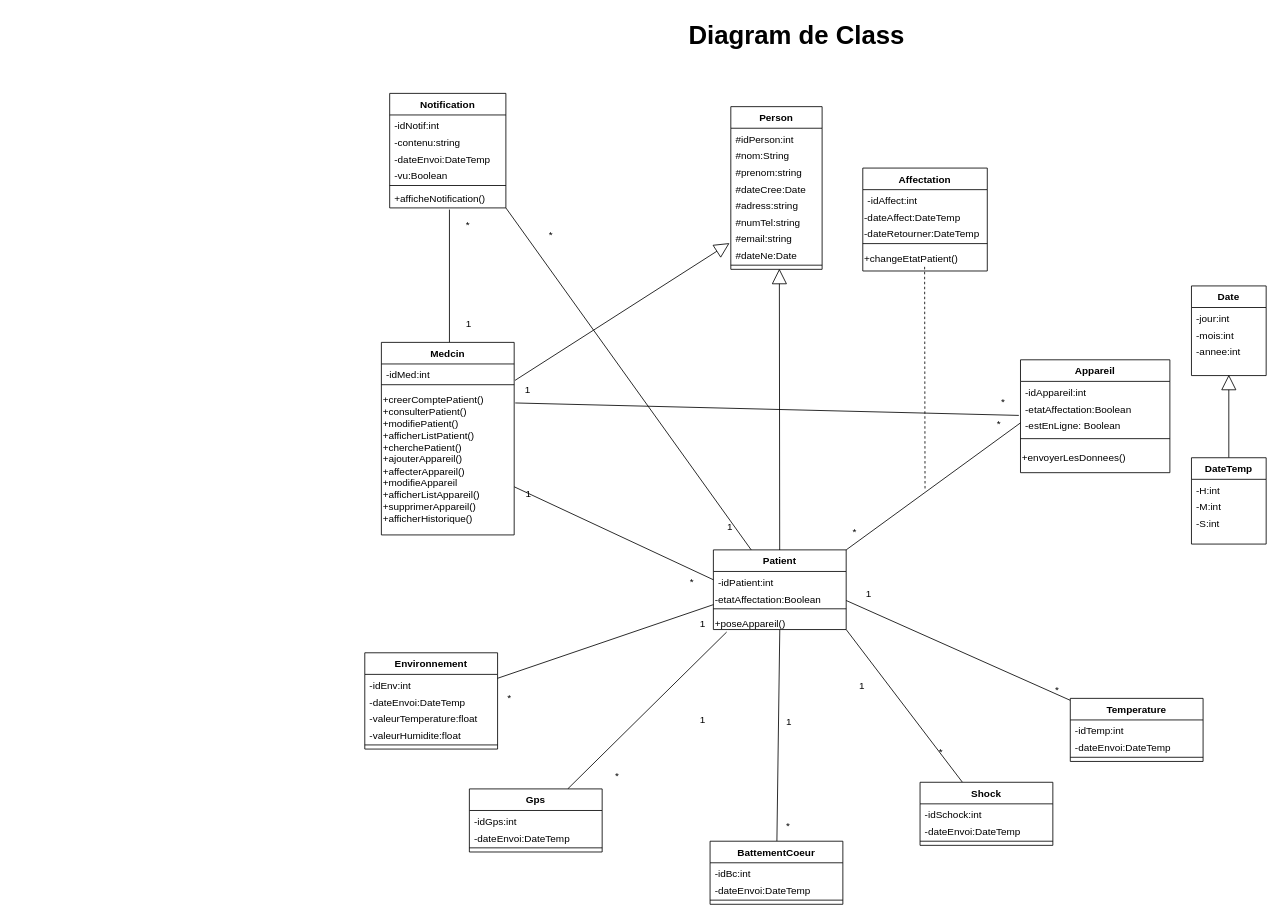
The draw.io diagram Untitled Diagram.drawio in AliAkram7/Univ-MLT-v01, before the edit. Source tidied: cells renumbered, new cells numbered last; positions are measured from the earlier drawing's top-left corner, leaving out a move shared by most shapes. Both pictures are drawn from the tidied source at 83%, with x=0, y=0 at pixel (215, 14).
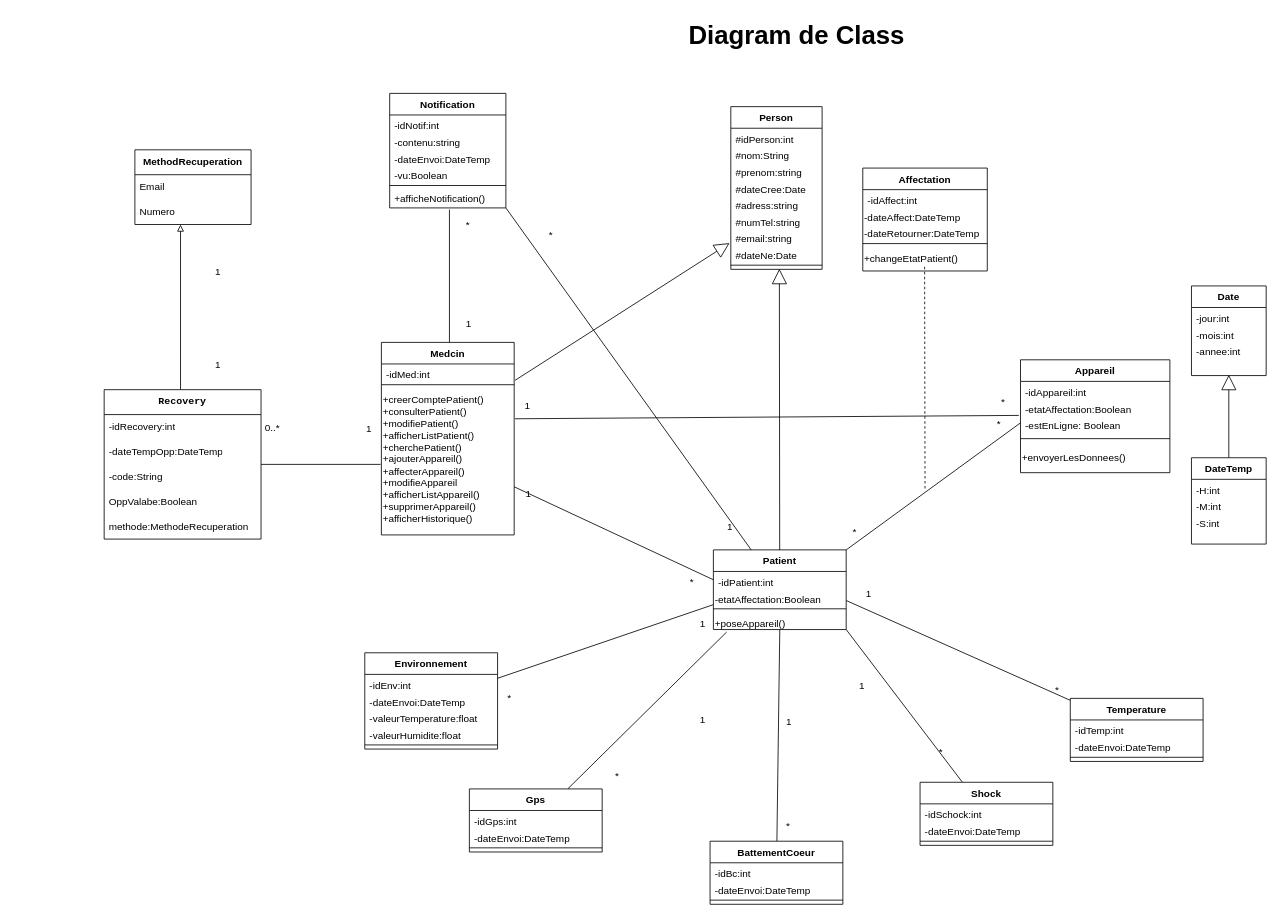
The same page after the edit.

The change refers to these unchanged cells:
```xml
<mxCell id="7" value="&lt;font style=&quot;font-size: 12px;&quot;&gt;&lt;span data-lucid-content=&quot;{&amp;quot;t&amp;quot;:&amp;quot;+creerComptePatient()\n+consulterPatient()\n+signalerPatient()\n+afficherListPatient()\n+cherchePatient()\n+ajouterAppareil()\n+affecterAppareil()\n+afficherListAppareil()\n+supprimerAppareil()\n&amp;quot;,&amp;quot;m&amp;quot;:[{&amp;quot;s&amp;quot;:0,&amp;quot;n&amp;quot;:&amp;quot;c&amp;quot;,&amp;quot;v&amp;quot;:&amp;quot;#333333ff&amp;quot;,&amp;quot;e&amp;quot;:186}]}&quot; style=&quot;font-size: 12px;&quot;&gt;&lt;span style=&quot;font-size: 12px;&quot;&gt;+creerComptePatient()&lt;br style=&quot;font-size: 12px;&quot;&gt;&lt;/span&gt;&lt;/span&gt;&lt;/font&gt;&lt;div&gt;&lt;font style=&quot;font-size: 12px;&quot;&gt;&lt;span data-lucid-content=&quot;{&amp;quot;t&amp;quot;:&amp;quot;+creerComptePatient()\n+consulterPatient()\n+signalerPatient()\n+afficherListPatient()\n+cherchePatient()\n+ajouterAppareil()\n+affecterAppareil()\n+afficherListAppareil()\n+supprimerAppareil()\n&amp;quot;,&amp;quot;m&amp;quot;:[{&amp;quot;s&amp;quot;:0,&amp;quot;n&amp;quot;:&amp;quot;c&amp;quot;,&amp;quot;v&amp;quot;:&amp;quot;#333333ff&amp;quot;,&amp;quot;e&amp;quot;:186}]}&quot; style=&quot;font-size: 12px;&quot;&gt;&lt;span style=&quot;font-size: 12px;&quot;&gt;+consulterPatient()&lt;/span&gt;&lt;span style=&quot;font-size: 12px;&quot;&gt;&lt;br&gt;&lt;/span&gt;&lt;/span&gt;&lt;/font&gt;&lt;/div&gt;&lt;div&gt;&lt;font style=&quot;font-size: 12px;&quot;&gt;&lt;span data-lucid-content=&quot;{&amp;quot;t&amp;quot;:&amp;quot;+creerComptePatient()\n+consulterPatient()\n+signalerPatient()\n+afficherListPatient()\n+cherchePatient()\n+ajouterAppareil()\n+affecterAppareil()\n+afficherListAppareil()\n+supprimerAppareil()\n&amp;quot;,&amp;quot;m&amp;quot;:[{&amp;quot;s&amp;quot;:0,&amp;quot;n&amp;quot;:&amp;quot;c&amp;quot;,&amp;quot;v&amp;quot;:&amp;quot;#333333ff&amp;quot;,&amp;quot;e&amp;quot;:186}]}&quot; style=&quot;font-size: 12px;&quot;&gt;&lt;span style=&quot;font-size: 12px;&quot;&gt;+modifiePatient()&lt;br&gt;&lt;/span&gt;&lt;/span&gt;&lt;/font&gt;&lt;/div&gt;&lt;div&gt;&lt;font style=&quot;font-size: 12px;&quot;&gt;&lt;span data-lucid-content=&quot;{&amp;quot;t&amp;quot;:&amp;quot;+creerComptePatient()\n+consulterPatient()\n+signalerPatient()\n+afficherListPatient()\n+cherchePatient()\n+ajouterAppareil()\n+affecterAppareil()\n+afficherListAppareil()\n+supprimerAppareil()\n&amp;quot;,&amp;quot;m&amp;quot;:[{&amp;quot;s&amp;quot;:0,&amp;quot;n&amp;quot;:&amp;quot;c&amp;quot;,&amp;quot;v&amp;quot;:&amp;quot;#333333ff&amp;quot;,&amp;quot;e&amp;quot;:186}]}&quot; style=&quot;font-size: 12px;&quot;&gt;&lt;span style=&quot;font-size: 12px;&quot;&gt;&lt;/span&gt;&lt;/span&gt;&lt;/font&gt;&lt;/div&gt;&lt;font style=&quot;font-size: 12px;&quot;&gt;&lt;span data-lucid-content=&quot;{&amp;quot;t&amp;quot;:&amp;quot;+creerComptePatient()\n+consulterPatient()\n+signalerPatient()\n+afficherListPatient()\n+cherchePatient()\n+ajouterAppareil()\n+affecterAppareil()\n+afficherListAppareil()\n+supprimerAppareil()\n&amp;quot;,&amp;quot;m&amp;quot;:[{&amp;quot;s&amp;quot;:0,&amp;quot;n&amp;quot;:&amp;quot;c&amp;quot;,&amp;quot;v&amp;quot;:&amp;quot;#333333ff&amp;quot;,&amp;quot;e&amp;quot;:186}]}&quot; style=&quot;font-size: 12px;&quot;&gt;&lt;span style=&quot;font-size: 12px;&quot;&gt;+afficherListPatient()&lt;br style=&quot;font-size: 12px;&quot;&gt;&lt;/span&gt;&lt;span style=&quot;font-size: 12px;&quot;&gt;+cherchePatient()&lt;br style=&quot;font-size: 12px;&quot;&gt;&lt;/span&gt;&lt;span style=&quot;font-size: 12px;&quot;&gt;+ajouterAppareil()&lt;br style=&quot;font-size: 12px;&quot;&gt;&lt;/span&gt;&lt;/span&gt;&lt;/font&gt;&lt;div&gt;&lt;font style=&quot;font-size: 12px;&quot;&gt;&lt;span data-lucid-content=&quot;{&amp;quot;t&amp;quot;:&amp;quot;+creerComptePatient()\n+consulterPatient()\n+signalerPatient()\n+afficherListPatient()\n+cherchePatient()\n+ajouterAppareil()\n+affecterAppareil()\n+afficherListAppareil()\n+supprimerAppareil()\n&amp;quot;,&amp;quot;m&amp;quot;:[{&amp;quot;s&amp;quot;:0,&amp;quot;n&amp;quot;:&amp;quot;c&amp;quot;,&amp;quot;v&amp;quot;:&amp;quot;#333333ff&amp;quot;,&amp;quot;e&amp;quot;:186}]}&quot; style=&quot;font-size: 12px;&quot;&gt;&lt;span style=&quot;font-size: 12px;&quot;&gt;+affecterAppareil()&lt;/span&gt;&lt;/span&gt;&lt;/font&gt;&lt;/div&gt;&lt;div&gt;&lt;font style=&quot;font-size: 12px;&quot;&gt;&lt;span data-lucid-content=&quot;{&amp;quot;t&amp;quot;:&amp;quot;+creerComptePatient()\n+consulterPatient()\n+signalerPatient()\n+afficherListPatient()\n+cherchePatient()\n+ajouterAppareil()\n+affecterAppareil()\n+afficherListAppareil()\n+supprimerAppareil()\n&amp;quot;,&amp;quot;m&amp;quot;:[{&amp;quot;s&amp;quot;:0,&amp;quot;n&amp;quot;:&amp;quot;c&amp;quot;,&amp;quot;v&amp;quot;:&amp;quot;#333333ff&amp;quot;,&amp;quot;e&amp;quot;:186}]}&quot; style=&quot;font-size: 12px;&quot;&gt;&lt;span style=&quot;font-size: 12px;&quot;&gt;+modifieAppareil&lt;br&gt;&lt;/span&gt;&lt;/span&gt;&lt;/font&gt;&lt;/div&gt;&lt;div&gt;&lt;font style=&quot;font-size: 12px;&quot;&gt;&lt;span data-lucid-content=&quot;{&amp;quot;t&amp;quot;:&amp;quot;+creerComptePatient()\n+consulterPatient()\n+signalerPatient()\n+afficherListPatient()\n+cherchePatient()\n+ajouterAppareil()\n+affecterAppareil()\n+afficherListAppareil()\n+supprimerAppareil()\n&amp;quot;,&amp;quot;m&amp;quot;:[{&amp;quot;s&amp;quot;:0,&amp;quot;n&amp;quot;:&amp;quot;c&amp;quot;,&amp;quot;v&amp;quot;:&amp;quot;#333333ff&amp;quot;,&amp;quot;e&amp;quot;:186}]}&quot; style=&quot;font-size: 12px;&quot;&gt;&lt;span style=&quot;font-size: 12px;&quot;&gt;&lt;/span&gt;&lt;/span&gt;&lt;/font&gt;&lt;/div&gt;&lt;font style=&quot;font-size: 12px;&quot;&gt;&lt;span data-lucid-content=&quot;{&amp;quot;t&amp;quot;:&amp;quot;+creerComptePatient()\n+consulterPatient()\n+signalerPatient()\n+afficherListPatient()\n+cherchePatient()\n+ajouterAppareil()\n+affecterAppareil()\n+afficherListAppareil()\n+supprimerAppareil()\n&amp;quot;,&amp;quot;m&amp;quot;:[{&amp;quot;s&amp;quot;:0,&amp;quot;n&amp;quot;:&amp;quot;c&amp;quot;,&amp;quot;v&amp;quot;:&amp;quot;#333333ff&amp;quot;,&amp;quot;e&amp;quot;:186}]}&quot; style=&quot;font-size: 12px;&quot;&gt;&lt;span style=&quot;font-size: 12px;&quot;&gt;+afficherListAppareil()&lt;br style=&quot;font-size: 12px;&quot;&gt;&lt;/span&gt;&lt;/span&gt;&lt;/font&gt;&lt;div&gt;&lt;font style=&quot;font-size: 12px;&quot;&gt;&lt;span data-lucid-content=&quot;{&amp;quot;t&amp;quot;:&amp;quot;+creerComptePatient()\n+consulterPatient()\n+signalerPatient()\n+afficherListPatient()\n+cherchePatient()\n+ajouterAppareil()\n+affecterAppareil()\n+afficherListAppareil()\n+supprimerAppareil()\n&amp;quot;,&amp;quot;m&amp;quot;:[{&amp;quot;s&amp;quot;:0,&amp;quot;n&amp;quot;:&amp;quot;c&amp;quot;,&amp;quot;v&amp;quot;:&amp;quot;#333333ff&amp;quot;,&amp;quot;e&amp;quot;:186}]}&quot; style=&quot;font-size: 12px;&quot;&gt;&lt;span style=&quot;font-size: 12px;&quot;&gt;+supprimerAppareil()&lt;br&gt;&lt;/span&gt;&lt;/span&gt;&lt;/font&gt;&lt;/div&gt;&lt;div&gt;+afficherHistorique()&lt;/div&gt;&lt;div&gt;&lt;font style=&quot;font-size: 12px;&quot;&gt;&lt;span data-lucid-content=&quot;{&amp;quot;t&amp;quot;:&amp;quot;+creerComptePatient()\n+consulterPatient()\n+signalerPatient()\n+afficherListPatient()\n+cherchePatient()\n+ajouterAppareil()\n+affecterAppareil()\n+afficherListAppareil()\n+supprimerAppareil()\n&amp;quot;,&amp;quot;m&amp;quot;:[{&amp;quot;s&amp;quot;:0,&amp;quot;n&amp;quot;:&amp;quot;c&amp;quot;,&amp;quot;v&amp;quot;:&amp;quot;#333333ff&amp;quot;,&amp;quot;e&amp;quot;:186}]}&quot; style=&quot;font-size: 12px;&quot;&gt;&lt;/span&gt;&lt;/font&gt;&lt;/div&gt;" style="text;html=1;align=left;verticalAlign=middle;points=[];strokeColor=none;fillColor=none;fontSize=12;fontColor=default;horizontal=1;labelBackgroundColor=none;" parent="4" vertex="1">
  <mxGeometry y="56" width="160" height="170" as="geometry" />
</mxCell>
<mxCell id="10" value="-etatAffectation:Boolean" style="text;align=left;verticalAlign=top;spacingLeft=4;spacingRight=4;overflow=hidden;points=[[0,0.5],[1,0.5]];portConstraint=eastwest;rounded=0;shadow=0;html=0;" parent="8" vertex="1">
  <mxGeometry y="46" width="180" height="20" as="geometry" />
</mxCell>
```

Change to the diagram source:
```diff
@@
-    <mxCell id="14" style="endArrow=none;shadow=0;strokeWidth=1;rounded=0;endFill=0;elbow=vertical;startArrow=none;startFill=0;exitX=1.008;exitY=0.1;exitDx=0;exitDy=0;exitPerimeter=0;entryX=-0.011;entryY=1.05;entryDx=0;entryDy=0;entryPerimeter=0;" parent="1" edge="1" source="7" target="10">
+    <mxCell id="14" style="endArrow=none;shadow=0;strokeWidth=1;rounded=0;endFill=0;elbow=vertical;startArrow=none;startFill=0;exitX=1.006;exitY=0.212;exitDx=0;exitDy=0;exitPerimeter=0;entryX=-0.011;entryY=1.05;entryDx=0;entryDy=0;entryPerimeter=0;" parent="1" edge="1" source="7" target="10">
       <mxGeometry x="0.5" y="41" relative="1" as="geometry">
         <mxPoint x="-40" y="32" as="offset" />
       </mxGeometry>
     </mxCell>
@@
+    <mxCell id="105" style="edgeStyle=elbowEdgeStyle;rounded=0;jettySize=auto;html=1;endArrow=block;endFill=0;" parent="1" edge="1" source="107" target="113">
+      <mxGeometry relative="1" as="geometry">
+        <Array as="points">
+          <mxPoint x="-42" y="409" />
+        </Array>
+      </mxGeometry>
+    </mxCell>
+    <mxCell id="106" style="rounded=0;jettySize=auto;html=1;endArrow=none;endFill=0;elbow=vertical;" parent="1" edge="1" source="107">
+      <mxGeometry relative="1" as="geometry">
+        <mxPoint x="199" y="542" as="targetPoint" />
+      </mxGeometry>
+    </mxCell>
+    <mxCell id="107" value="&lt;pre dir=&quot;ltr&quot; style=&quot;text-align: left;&quot; id=&quot;tw-target-text&quot; class=&quot;tw-data-text tw-text-large tw-ta&quot;&gt;&lt;b&gt;Recovery&lt;/b&gt;&lt;/pre&gt;" style="swimlane;fontStyle=0;horizontal=1;startSize=30;whiteSpace=wrap;html=1;fillColor=default;" parent="1" vertex="1">
+      <mxGeometry x="-134" y="452" width="189" height="180" as="geometry" />
+    </mxCell>
+    <mxCell id="108" value="&lt;div&gt;-idRecovery:int&lt;/div&gt;" style="text;strokeColor=none;fillColor=none;align=left;verticalAlign=middle;spacingLeft=4;spacingRight=4;overflow=hidden;whiteSpace=wrap;html=1;" parent="107" vertex="1">
+      <mxGeometry y="30" width="189" height="30" as="geometry" />
+    </mxCell>
+    <mxCell id="109" value="-dateTempOpp:DateTemp" style="text;strokeColor=none;fillColor=none;align=left;verticalAlign=middle;spacingLeft=4;spacingRight=4;overflow=hidden;whiteSpace=wrap;html=1;" parent="107" vertex="1">
+      <mxGeometry y="60" width="189" height="30" as="geometry" />
+    </mxCell>
+    <mxCell id="110" value="-code:String" style="text;strokeColor=none;fillColor=none;align=left;verticalAlign=middle;spacingLeft=4;spacingRight=4;overflow=hidden;whiteSpace=wrap;html=1;" parent="107" vertex="1">
+      <mxGeometry y="90" width="189" height="30" as="geometry" />
+    </mxCell>
+    <mxCell id="111" value="OppValabe:Boolean" style="text;strokeColor=none;fillColor=none;align=left;verticalAlign=middle;spacingLeft=4;spacingRight=4;overflow=hidden;whiteSpace=wrap;html=1;" parent="107" vertex="1">
+      <mxGeometry y="120" width="189" height="30" as="geometry" />
+    </mxCell>
+    <mxCell id="112" value="methode:MethodeRecuperation" style="text;strokeColor=none;fillColor=none;align=left;verticalAlign=middle;spacingLeft=4;spacingRight=4;overflow=hidden;whiteSpace=wrap;html=1;" parent="107" vertex="1">
+      <mxGeometry y="150" width="189" height="30" as="geometry" />
+    </mxCell>
+    <mxCell id="113" value="&lt;b&gt;MethodRecuperation&lt;/b&gt;" style="swimlane;fontStyle=0;horizontal=1;startSize=30;whiteSpace=wrap;html=1;fillColor=default;" parent="1" vertex="1">
+      <mxGeometry x="-97" y="163" width="140" height="90" as="geometry" />
+    </mxCell>
+    <mxCell id="114" value="Email" style="text;strokeColor=none;fillColor=none;align=left;verticalAlign=middle;spacingLeft=4;spacingRight=4;overflow=hidden;whiteSpace=wrap;html=1;" parent="113" vertex="1">
+      <mxGeometry y="30" width="140" height="30" as="geometry" />
+    </mxCell>
+    <mxCell id="115" value="Numero" style="text;strokeColor=none;fillColor=none;align=left;verticalAlign=middle;spacingLeft=4;spacingRight=4;overflow=hidden;whiteSpace=wrap;html=1;" parent="113" vertex="1">
+      <mxGeometry y="60" width="140" height="30" as="geometry" />
+    </mxCell>
+    <mxCell id="116" value="1" style="align=left;verticalAlign=bottom;labelBackgroundColor=none;fontSize=12;" parent="1" vertex="1">
+      <mxGeometry x="180" y="508" as="geometry" />
+    </mxCell>
+    <mxCell id="117" value="0..*" style="align=left;verticalAlign=bottom;labelBackgroundColor=none;fontSize=12;" parent="1" vertex="1">
+      <mxGeometry x="-242" y="559" as="geometry">
+        <mxPoint x="300" y="-53" as="offset" />
+      </mxGeometry>
+    </mxCell>
+    <mxCell id="118" value="1" style="align=left;verticalAlign=bottom;labelBackgroundColor=none;fontSize=12;" parent="1" vertex="1">
+      <mxGeometry x="-2" y="430" as="geometry" />
+    </mxCell>
+    <mxCell id="119" value="1" style="align=left;verticalAlign=bottom;labelBackgroundColor=none;fontSize=12;" parent="1" vertex="1">
+      <mxGeometry x="-2" y="318" as="geometry" />
+    </mxCell>
```
